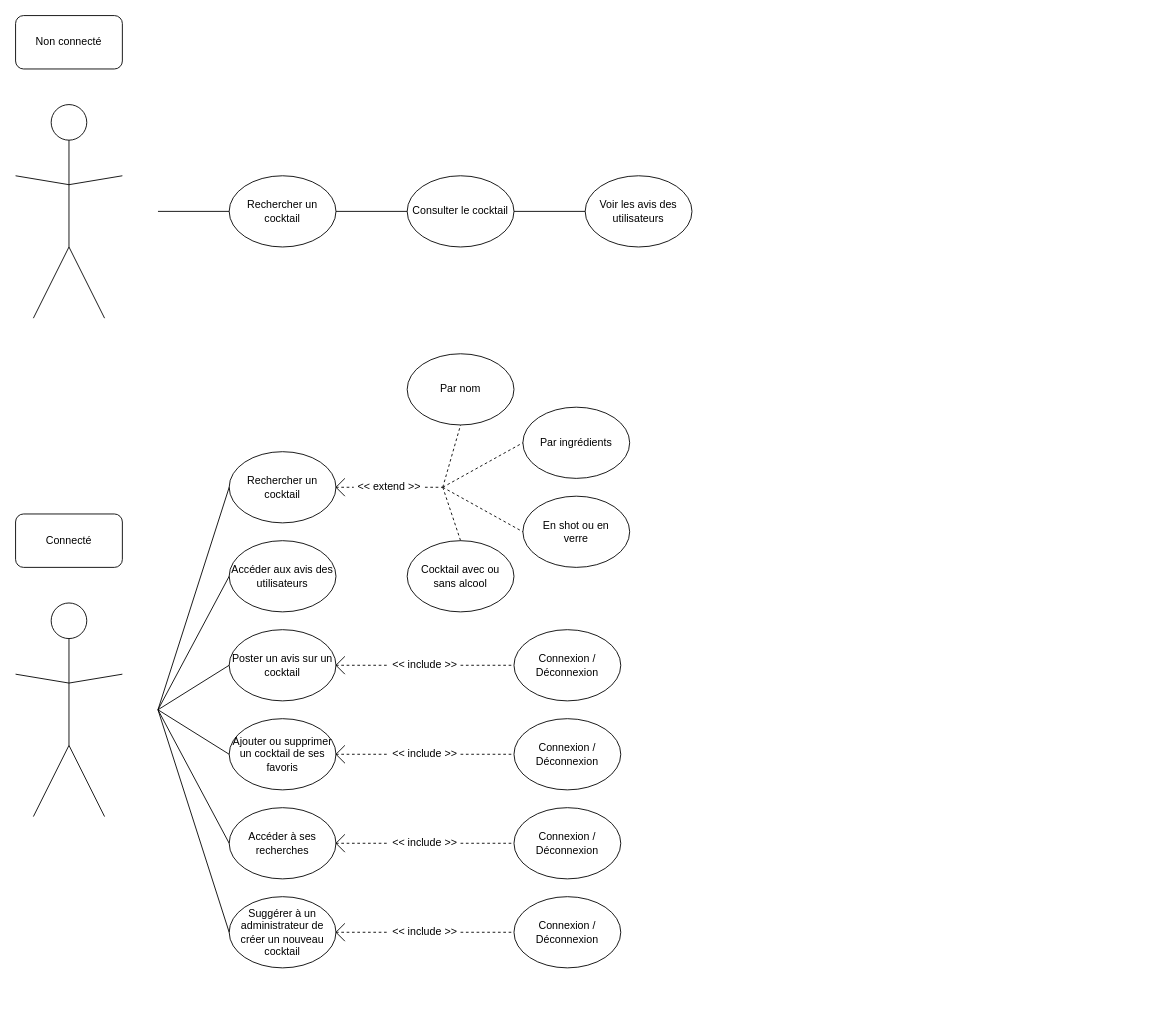
Before: Diagramme de cas d'utilisation.drawio in wahib299/ProjetInfo2A, a draw.io diagram. Source tidied: cells renumbered, new cells numbered last; positions are measured from the earlier drawing's top-left corner, leaving out a move shared by most shapes. Both pictures are drawn from the tidied source at 89%, with x=0, y=0 at pixel (15, 15).
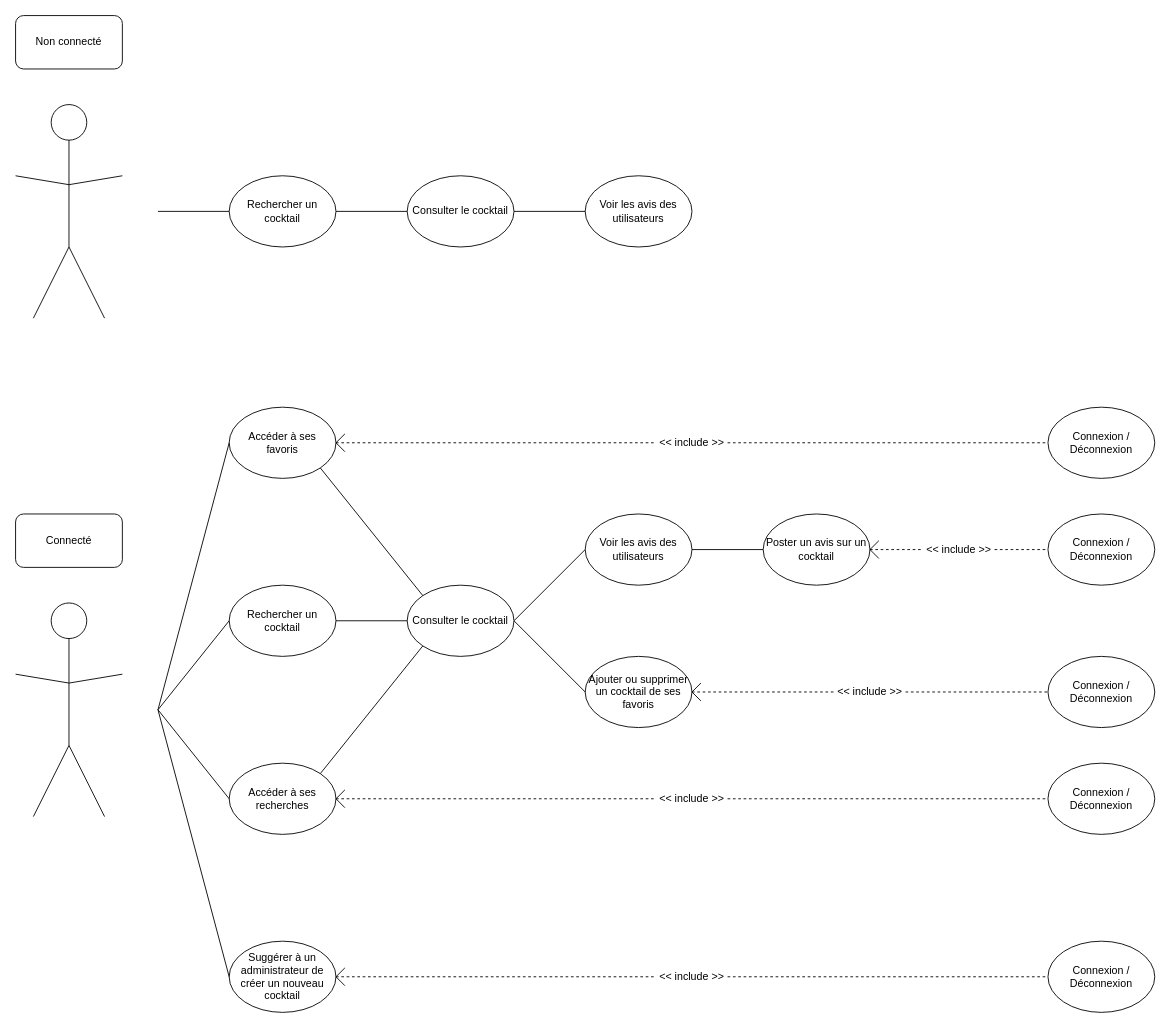
Above is the later version.

Change to the diagram source:
```diff
@@
     <mxCell id="19" value="Rechercher un cocktail" style="ellipse;whiteSpace=wrap;html=1;" parent="1" vertex="1">
-      <mxGeometry x="240" y="490" width="120" height="80" as="geometry" />
+      <mxGeometry x="240" y="640" width="120" height="80" as="geometry" />
     </mxCell>
-    <mxCell id="20" value="Accéder aux avis des utilisateurs" style="ellipse;whiteSpace=wrap;html=1;" parent="1" vertex="1">
-      <mxGeometry x="240" y="590" width="120" height="80" as="geometry" />
-    </mxCell>
@@
-    <mxCell id="22" style="endArrow=none;html=1;entryX=0;entryY=0.5;entryDx=0;entryDy=0;" parent="1" edge="1" target="20">
-      <mxGeometry relative="1" as="geometry">
-        <mxPoint x="160" y="780" as="sourcePoint" />
-      </mxGeometry>
-    </mxCell>
@@
     <mxCell id="24" value="Poster un avis sur un cocktail" style="ellipse;whiteSpace=wrap;html=1;" parent="1" vertex="1">
-      <mxGeometry x="240" y="690" width="120" height="80" as="geometry" />
+      <mxGeometry x="840" y="560" width="120" height="80" as="geometry" />
     </mxCell>
     <mxCell id="25" value="Ajouter ou supprimer un cocktail de ses favoris" style="ellipse;whiteSpace=wrap;html=1;" parent="1" vertex="1">
-      <mxGeometry x="240" y="790" width="120" height="80" as="geometry" />
+      <mxGeometry x="640" y="720" width="120" height="80" as="geometry" />
     </mxCell>
     <mxCell id="26" value="Accéder à ses recherches" style="ellipse;whiteSpace=wrap;html=1;" parent="1" vertex="1">
-      <mxGeometry x="240" y="890" width="120" height="80" as="geometry" />
+      <mxGeometry x="240" y="840" width="120" height="80" as="geometry" />
     </mxCell>
     <mxCell id="27" value="Suggérer à un administrateur de créer un nouveau cocktail" style="ellipse;whiteSpace=wrap;html=1;" parent="1" vertex="1">
-      <mxGeometry x="240" y="990" width="120" height="80" as="geometry" />
+      <mxGeometry x="240" y="1040" width="120" height="80" as="geometry" />
     </mxCell>
-    <mxCell id="28" style="endArrow=none;html=1;entryX=0;entryY=0.5;entryDx=0;entryDy=0;" parent="1" edge="1" target="24">
-      <mxGeometry relative="1" as="geometry">
-        <mxPoint x="160" y="780" as="sourcePoint" />
-      </mxGeometry>
+    <mxCell id="28" style="endArrow=none;html=1;entryX=0;entryY=0.5;entryDx=0;entryDy=0;exitX=1;exitY=0.5;exitDx=0;exitDy=0;" parent="1" edge="1" source="71" target="24">
+      <mxGeometry relative="1" as="geometry" />
     </mxCell>
-    <mxCell id="29" style="endArrow=none;html=1;entryX=0;entryY=0.5;entryDx=0;entryDy=0;" parent="1" edge="1" target="25">
-      <mxGeometry relative="1" as="geometry">
-        <mxPoint x="160" y="780" as="sourcePoint" />
-      </mxGeometry>
+    <mxCell id="29" style="endArrow=none;html=1;entryX=0;entryY=0.5;entryDx=0;entryDy=0;exitX=1;exitY=0.5;exitDx=0;exitDy=0;" parent="1" edge="1" source="73" target="25">
+      <mxGeometry relative="1" as="geometry" />
     </mxCell>
@@
     <mxCell id="32" style="endArrow=none;html=1;" parent="1" edge="1">
       <mxGeometry relative="1" as="geometry">
-        <mxPoint x="360" y="730" as="sourcePoint" />
-        <mxPoint x="370" y="720" as="targetPoint" />
+        <mxPoint x="960" y="600" as="sourcePoint" />
+        <mxPoint x="970" y="590" as="targetPoint" />
       </mxGeometry>
     </mxCell>
     <mxCell id="33" style="endArrow=none;html=1;" parent="1" edge="1">
       <mxGeometry relative="1" as="geometry">
-        <mxPoint x="360" y="730" as="sourcePoint" />
-        <mxPoint x="370" y="740" as="targetPoint" />
+        <mxPoint x="960" y="600" as="sourcePoint" />
+        <mxPoint x="970" y="610" as="targetPoint" />
       </mxGeometry>
     </mxCell>
     <mxCell id="34" style="endArrow=none;dashed=1;html=1;entryX=0;entryY=0.5;entryDx=0;entryDy=0;" parent="1" edge="1" target="35">
       <mxGeometry relative="1" as="geometry">
-        <mxPoint x="360" y="730" as="sourcePoint" />
+        <mxPoint x="960" y="600" as="sourcePoint" />
       </mxGeometry>
     </mxCell>
     <mxCell id="35" value="&amp;lt;&amp;lt; include &amp;gt;&amp;gt;" style="text;html=1;strokeColor=none;fillColor=none;align=center;verticalAlign=middle;whiteSpace=wrap;rounded=0;" parent="1" vertex="1">
-      <mxGeometry x="420" y="720" width="80" height="20" as="geometry" />
+      <mxGeometry x="1020" y="590" width="80" height="20" as="geometry" />
     </mxCell>
     <mxCell id="36" style="endArrow=none;dashed=1;html=1;exitX=1;exitY=0.5;exitDx=0;exitDy=0;" parent="1" edge="1" source="35">
       <mxGeometry relative="1" as="geometry">
-        <mxPoint x="560" y="730" as="targetPoint" />
+        <mxPoint x="1160" y="600" as="targetPoint" />
       </mxGeometry>
     </mxCell>
     <mxCell id="37" style="endArrow=none;html=1;" parent="1" edge="1">
       <mxGeometry relative="1" as="geometry">
-        <mxPoint x="360" y="830" as="sourcePoint" />
-        <mxPoint x="370" y="820" as="targetPoint" />
+        <mxPoint x="760" y="760" as="sourcePoint" />
+        <mxPoint x="770" y="750" as="targetPoint" />
       </mxGeometry>
     </mxCell>
     <mxCell id="38" style="endArrow=none;html=1;" parent="1" edge="1">
       <mxGeometry relative="1" as="geometry">
-        <mxPoint x="360" y="830" as="sourcePoint" />
-        <mxPoint x="370" y="840" as="targetPoint" />
+        <mxPoint x="760" y="760" as="sourcePoint" />
+        <mxPoint x="770" y="770" as="targetPoint" />
       </mxGeometry>
     </mxCell>
     <mxCell id="39" style="endArrow=none;dashed=1;html=1;entryX=0;entryY=0.5;entryDx=0;entryDy=0;" parent="1" edge="1" target="40">
       <mxGeometry relative="1" as="geometry">
-        <mxPoint x="360" y="830" as="sourcePoint" />
+        <mxPoint x="760" y="760" as="sourcePoint" />
       </mxGeometry>
     </mxCell>
     <mxCell id="40" value="&amp;lt;&amp;lt; include &amp;gt;&amp;gt;" style="text;html=1;strokeColor=none;fillColor=none;align=center;verticalAlign=middle;whiteSpace=wrap;rounded=0;" parent="1" vertex="1">
-      <mxGeometry x="420" y="820" width="80" height="20" as="geometry" />
+      <mxGeometry x="920" y="750" width="80" height="20" as="geometry" />
     </mxCell>
-    <mxCell id="41" style="endArrow=none;dashed=1;html=1;exitX=1;exitY=0.5;exitDx=0;exitDy=0;" parent="1" edge="1" source="40">
-      <mxGeometry relative="1" as="geometry">
-        <mxPoint x="560" y="830" as="targetPoint" />
-      </mxGeometry>
+    <mxCell id="41" style="endArrow=none;dashed=1;html=1;exitX=1;exitY=0.5;exitDx=0;exitDy=0;entryX=0;entryY=0.5;entryDx=0;entryDy=0;" parent="1" edge="1" source="40" target="55">
+      <mxGeometry relative="1" as="geometry" />
     </mxCell>
     <mxCell id="42" style="endArrow=none;html=1;" parent="1" edge="1">
       <mxGeometry relative="1" as="geometry">
-        <mxPoint x="360" y="930" as="sourcePoint" />
-        <mxPoint x="370" y="920" as="targetPoint" />
+        <mxPoint x="360" y="880" as="sourcePoint" />
+        <mxPoint x="370" y="870" as="targetPoint" />
       </mxGeometry>
     </mxCell>
     <mxCell id="43" style="endArrow=none;html=1;" parent="1" edge="1">
       <mxGeometry relative="1" as="geometry">
-        <mxPoint x="360" y="930" as="sourcePoint" />
-        <mxPoint x="370" y="940" as="targetPoint" />
+        <mxPoint x="360" y="880" as="sourcePoint" />
+        <mxPoint x="370" y="890" as="targetPoint" />
       </mxGeometry>
     </mxCell>
     <mxCell id="44" style="endArrow=none;dashed=1;html=1;entryX=0;entryY=0.5;entryDx=0;entryDy=0;" parent="1" edge="1" target="45">
       <mxGeometry relative="1" as="geometry">
-        <mxPoint x="360" y="930" as="sourcePoint" />
+        <mxPoint x="360" y="880" as="sourcePoint" />
       </mxGeometry>
     </mxCell>
     <mxCell id="45" value="&amp;lt;&amp;lt; include &amp;gt;&amp;gt;" style="text;html=1;strokeColor=none;fillColor=none;align=center;verticalAlign=middle;whiteSpace=wrap;rounded=0;" parent="1" vertex="1">
-      <mxGeometry x="420" y="920" width="80" height="20" as="geometry" />
+      <mxGeometry x="720" y="870" width="80" height="20" as="geometry" />
     </mxCell>
     <mxCell id="46" style="endArrow=none;dashed=1;html=1;exitX=1;exitY=0.5;exitDx=0;exitDy=0;" parent="1" edge="1" source="45">
       <mxGeometry relative="1" as="geometry">
-        <mxPoint x="560" y="930" as="targetPoint" />
+        <mxPoint x="1160" y="880" as="targetPoint" />
       </mxGeometry>
     </mxCell>
     <mxCell id="47" style="endArrow=none;html=1;" parent="1" edge="1">
       <mxGeometry relative="1" as="geometry">
-        <mxPoint x="360" y="1030" as="sourcePoint" />
-        <mxPoint x="370" y="1020" as="targetPoint" />
+        <mxPoint x="360" y="1080" as="sourcePoint" />
+        <mxPoint x="370" y="1070" as="targetPoint" />
       </mxGeometry>
     </mxCell>
     <mxCell id="48" style="endArrow=none;html=1;" parent="1" edge="1">
       <mxGeometry relative="1" as="geometry">
-        <mxPoint x="360" y="1030" as="sourcePoint" />
-        <mxPoint x="370" y="1040" as="targetPoint" />
+        <mxPoint x="360" y="1080" as="sourcePoint" />
+        <mxPoint x="370" y="1090" as="targetPoint" />
       </mxGeometry>
     </mxCell>
     <mxCell id="49" style="endArrow=none;dashed=1;html=1;entryX=0;entryY=0.5;entryDx=0;entryDy=0;" parent="1" edge="1" target="50">
       <mxGeometry relative="1" as="geometry">
-        <mxPoint x="360" y="1030" as="sourcePoint" />
+        <mxPoint x="360" y="1080" as="sourcePoint" />
       </mxGeometry>
     </mxCell>
     <mxCell id="50" value="&amp;lt;&amp;lt; include &amp;gt;&amp;gt;" style="text;html=1;strokeColor=none;fillColor=none;align=center;verticalAlign=middle;whiteSpace=wrap;rounded=0;" parent="1" vertex="1">
-      <mxGeometry x="420" y="1020" width="80" height="20" as="geometry" />
+      <mxGeometry x="720" y="1070" width="80" height="20" as="geometry" />
     </mxCell>
-    <mxCell id="51" style="endArrow=none;dashed=1;html=1;exitX=1;exitY=0.5;exitDx=0;exitDy=0;" parent="1" edge="1" source="50">
-      <mxGeometry relative="1" as="geometry">
-        <mxPoint x="560" y="1030" as="targetPoint" />
-      </mxGeometry>
+    <mxCell id="51" style="endArrow=none;dashed=1;html=1;exitX=1;exitY=0.5;exitDx=0;exitDy=0;entryX=0;entryY=0.5;entryDx=0;entryDy=0;" parent="1" edge="1" source="50" target="53">
+      <mxGeometry relative="1" as="geometry" />
     </mxCell>
     <mxCell id="52" value="Connexion / Déconnexion" style="ellipse;whiteSpace=wrap;html=1;" parent="1" vertex="1">
-      <mxGeometry x="560" y="690" width="120" height="80" as="geometry" />
+      <mxGeometry x="1160" y="560" width="120" height="80" as="geometry" />
     </mxCell>
     <mxCell id="53" value="Connexion / Déconnexion" style="ellipse;whiteSpace=wrap;html=1;" parent="1" vertex="1">
-      <mxGeometry x="560" y="990" width="120" height="80" as="geometry" />
+      <mxGeometry x="1160" y="1040" width="120" height="80" as="geometry" />
     </mxCell>
     <mxCell id="54" value="Connexion / Déconnexion" style="ellipse;whiteSpace=wrap;html=1;" parent="1" vertex="1">
-      <mxGeometry x="560" y="890" width="120" height="80" as="geometry" />
+      <mxGeometry x="1160" y="840" width="120" height="80" as="geometry" />
     </mxCell>
     <mxCell id="55" value="Connexion / Déconnexion" style="ellipse;whiteSpace=wrap;html=1;" parent="1" vertex="1">
-      <mxGeometry x="560" y="790" width="120" height="80" as="geometry" />
+      <mxGeometry x="1160" y="720" width="120" height="80" as="geometry" />
     </mxCell>
-    <mxCell id="56" value="Par nom" style="ellipse;whiteSpace=wrap;html=1;" parent="1" vertex="1">
-      <mxGeometry x="440" y="380" width="120" height="80" as="geometry" />
-    </mxCell>
-    <mxCell id="57" value="En shot ou en&lt;br&gt;verre" style="ellipse;whiteSpace=wrap;html=1;" parent="1" vertex="1">
-      <mxGeometry x="570" y="540" width="120" height="80" as="geometry" />
-    </mxCell>
-    <mxCell id="58" value="Cocktail avec ou&lt;br&gt;sans alcool" style="ellipse;whiteSpace=wrap;html=1;" parent="1" vertex="1">
-      <mxGeometry x="440" y="590" width="120" height="80" as="geometry" />
-    </mxCell>
-    <mxCell id="59" value="Par ingrédients" style="ellipse;whiteSpace=wrap;html=1;" parent="1" vertex="1">
-      <mxGeometry x="570" y="440" width="120" height="80" as="geometry" />
-    </mxCell>
-    <mxCell id="60" style="endArrow=none;html=1;" parent="1" edge="1">
-      <mxGeometry relative="1" as="geometry">
-        <mxPoint x="360" y="530" as="sourcePoint" />
-        <mxPoint x="370" y="520" as="targetPoint" />
-      </mxGeometry>
-    </mxCell>
-    <mxCell id="61" style="endArrow=none;html=1;" parent="1" edge="1">
-      <mxGeometry relative="1" as="geometry">
-        <mxPoint x="360" y="530" as="sourcePoint" />
-        <mxPoint x="370" y="540" as="targetPoint" />
-      </mxGeometry>
-    </mxCell>
-    <mxCell id="62" style="endArrow=none;dashed=1;html=1;entryX=0;entryY=0.5;entryDx=0;entryDy=0;" parent="1" edge="1" target="63">
-      <mxGeometry relative="1" as="geometry">
-        <mxPoint x="360" y="530" as="sourcePoint" />
-      </mxGeometry>
-    </mxCell>
-    <mxCell id="63" value="&amp;lt;&amp;lt; extend &amp;gt;&amp;gt;" style="text;html=1;strokeColor=none;fillColor=none;align=center;verticalAlign=middle;whiteSpace=wrap;rounded=0;" parent="1" vertex="1">
-      <mxGeometry x="380" y="520" width="80" height="20" as="geometry" />
-    </mxCell>
-    <mxCell id="64" style="endArrow=none;dashed=1;html=1;entryX=0.5;entryY=1;entryDx=0;entryDy=0;" parent="1" edge="1">
-      <mxGeometry relative="1" as="geometry">
-        <mxPoint x="480" y="530" as="sourcePoint" />
-        <mxPoint x="500" y="460" as="targetPoint" />
-      </mxGeometry>
-    </mxCell>
-    <mxCell id="65" style="endArrow=none;dashed=1;html=1;entryX=0;entryY=0.5;entryDx=0;entryDy=0;" parent="1" edge="1">
-      <mxGeometry relative="1" as="geometry">
-        <mxPoint x="480" y="530" as="sourcePoint" />
-        <mxPoint x="570" y="480" as="targetPoint" />
-      </mxGeometry>
-    </mxCell>
-    <mxCell id="66" style="endArrow=none;dashed=1;html=1;entryX=0;entryY=0.5;entryDx=0;entryDy=0;" parent="1" edge="1">
-      <mxGeometry relative="1" as="geometry">
-        <mxPoint x="480" y="530" as="sourcePoint" />
-        <mxPoint x="570" y="580" as="targetPoint" />
-      </mxGeometry>
-    </mxCell>
-    <mxCell id="67" style="endArrow=none;dashed=1;html=1;entryX=0.5;entryY=0;entryDx=0;entryDy=0;" parent="1" edge="1">
-      <mxGeometry relative="1" as="geometry">
-        <mxPoint x="480" y="530" as="sourcePoint" />
-        <mxPoint x="500" y="590" as="targetPoint" />
-      </mxGeometry>
-    </mxCell>
-    <mxCell id="68" style="endArrow=none;dashed=1;html=1;exitX=1;exitY=0.5;exitDx=0;exitDy=0;" parent="1" edge="1" source="63">
-      <mxGeometry relative="1" as="geometry">
-        <mxPoint x="480" y="530" as="targetPoint" />
-      </mxGeometry>
-    </mxCell>
@@
+    <mxCell id="71" value="Voir les avis des utilisateurs" style="ellipse;whiteSpace=wrap;html=1;" parent="1" vertex="1">
+      <mxGeometry x="640" y="560" width="120" height="80" as="geometry" />
+    </mxCell>
+    <mxCell id="72" style="endArrow=none;html=1;entryX=0;entryY=0.5;entryDx=0;entryDy=0;exitX=1;exitY=0.5;exitDx=0;exitDy=0;" parent="1" edge="1" source="73" target="71">
+      <mxGeometry relative="1" as="geometry" />
+    </mxCell>
+    <mxCell id="73" value="Consulter le cocktail" style="ellipse;whiteSpace=wrap;html=1;" parent="1" vertex="1">
+      <mxGeometry x="440" y="640" width="120" height="80" as="geometry" />
+    </mxCell>
+    <mxCell id="74" style="endArrow=none;html=1;entryX=0;entryY=0.5;entryDx=0;entryDy=0;" parent="1" edge="1" target="73">
+      <mxGeometry relative="1" as="geometry">
+        <mxPoint x="360" y="680" as="sourcePoint" />
+      </mxGeometry>
+    </mxCell>
+    <mxCell id="75" value="&lt;div&gt;Accéder à ses&lt;/div&gt;&lt;div&gt;favoris&lt;/div&gt;" style="ellipse;whiteSpace=wrap;html=1;" parent="1" vertex="1">
+      <mxGeometry x="240" y="440" width="120" height="80" as="geometry" />
+    </mxCell>
+    <mxCell id="76" style="endArrow=none;html=1;entryX=0;entryY=0.5;entryDx=0;entryDy=0;" parent="1" edge="1" target="75">
+      <mxGeometry relative="1" as="geometry">
+        <mxPoint x="160" y="780" as="sourcePoint" />
+      </mxGeometry>
+    </mxCell>
+    <mxCell id="77" style="endArrow=none;html=1;" parent="1" edge="1">
+      <mxGeometry relative="1" as="geometry">
+        <mxPoint x="360" y="480" as="sourcePoint" />
+        <mxPoint x="370" y="470" as="targetPoint" />
+      </mxGeometry>
+    </mxCell>
+    <mxCell id="78" style="endArrow=none;html=1;" parent="1" edge="1">
+      <mxGeometry relative="1" as="geometry">
+        <mxPoint x="360" y="480" as="sourcePoint" />
+        <mxPoint x="370" y="490" as="targetPoint" />
+      </mxGeometry>
+    </mxCell>
+    <mxCell id="79" style="endArrow=none;dashed=1;html=1;entryX=0;entryY=0.5;entryDx=0;entryDy=0;" parent="1" edge="1" target="80">
+      <mxGeometry relative="1" as="geometry">
+        <mxPoint x="360" y="480" as="sourcePoint" />
+      </mxGeometry>
+    </mxCell>
+    <mxCell id="80" value="&amp;lt;&amp;lt; include &amp;gt;&amp;gt;" style="text;html=1;strokeColor=none;fillColor=none;align=center;verticalAlign=middle;whiteSpace=wrap;rounded=0;" parent="1" vertex="1">
+      <mxGeometry x="720" y="470" width="80" height="20" as="geometry" />
+    </mxCell>
+    <mxCell id="81" style="endArrow=none;dashed=1;html=1;exitX=1;exitY=0.5;exitDx=0;exitDy=0;" parent="1" edge="1" source="80">
+      <mxGeometry relative="1" as="geometry">
+        <mxPoint x="1160" y="480" as="targetPoint" />
+      </mxGeometry>
+    </mxCell>
+    <mxCell id="82" value="Connexion / Déconnexion" style="ellipse;whiteSpace=wrap;html=1;" parent="1" vertex="1">
+      <mxGeometry x="1160" y="440" width="120" height="80" as="geometry" />
+    </mxCell>
+    <mxCell id="83" style="endArrow=none;html=1;exitX=1;exitY=0;exitDx=0;exitDy=0;entryX=0;entryY=1;entryDx=0;entryDy=0;" parent="1" edge="1" source="26" target="73">
+      <mxGeometry relative="1" as="geometry" />
+    </mxCell>
+    <mxCell id="84" style="endArrow=none;html=1;exitX=1;exitY=1;exitDx=0;exitDy=0;entryX=0;entryY=0;entryDx=0;entryDy=0;" parent="1" edge="1" source="75" target="73">
+      <mxGeometry relative="1" as="geometry" />
+    </mxCell>
```
